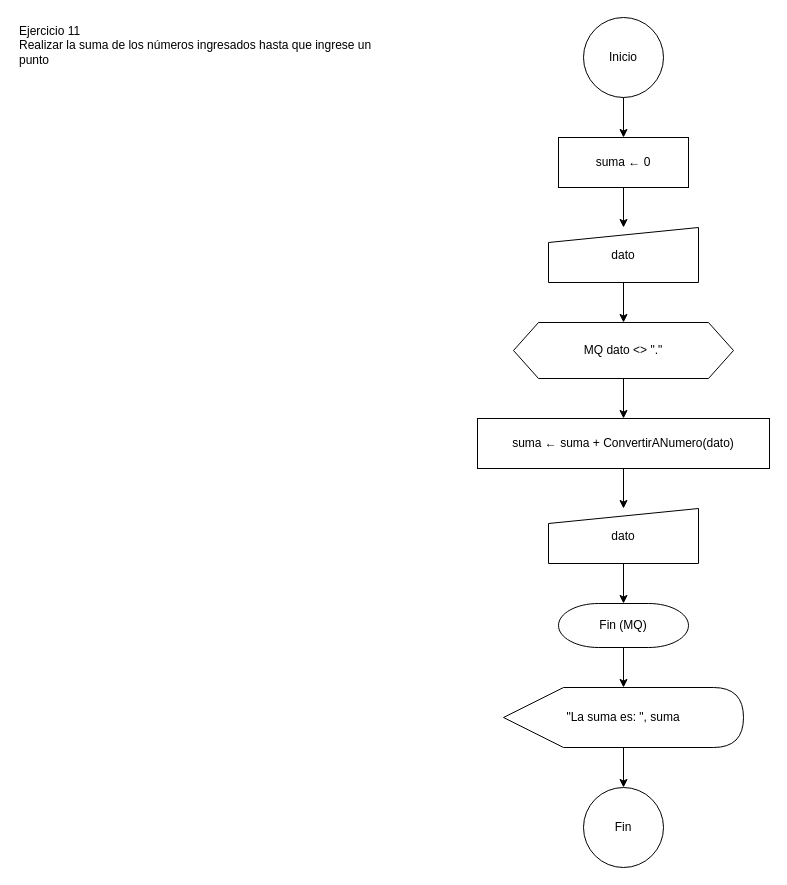
This is DATOS Y ALGORITMOS/Practica/2_Repeticion_Para_Mientras/Ejercicio_11/diagrama.drawio from gonzalogiolitti/facultad-tcd, a draw.io file, before an edit. Source tidied: cells renumbered, new cells numbered last; positions are measured from the earlier drawing's top-left corner, leaving out a move shared by most shapes. Both pictures are drawn from the tidied source at 100%, with x=0, y=0 at pixel (17, 17).
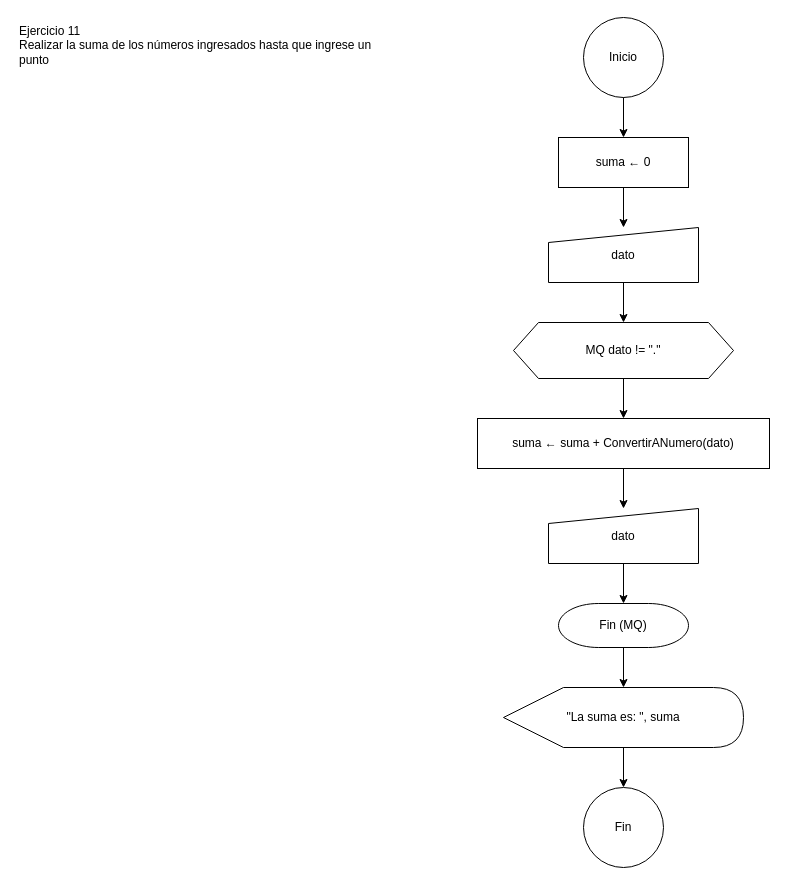
The same page after the edit.

The edit, as a diff of the source:
```diff
@@
 <mxGraphModel>
   <root>
     <mxCell id="0" />
     <mxCell id="1" parent="0" />
     <mxCell id="2" value="Ejercicio 11&lt;br&gt;Realizar la suma de los números ingresados hasta que ingrese un punto" style="text;html=1;strokeColor=none;fillColor=none;align=left;verticalAlign=top;whiteSpace=wrap;" parent="1" vertex="1">
       <mxGeometry width="380" height="78" as="geometry" />
     </mxCell>
     <mxCell id="3" value="Inicio" style="ellipse;whiteSpace=wrap;html=1;" parent="1" vertex="1">
       <mxGeometry x="566" width="80" height="80" as="geometry" />
     </mxCell>
     <mxCell id="4" value="suma ← 0" style="rounded=0;whiteSpace=wrap;html=1;" parent="1" vertex="1">
       <mxGeometry x="541" y="120" width="130" height="50" as="geometry" />
     </mxCell>
     <mxCell id="5" value="dato" style="shape=manualInput;whiteSpace=wrap;html=1;size=15;" parent="1" vertex="1">
       <mxGeometry x="531" y="210" width="150" height="55" as="geometry" />
     </mxCell>
-    <mxCell id="6" value="MQ  dato &lt;&gt; &quot;.&quot;" style="shape=hexagon;perimeter=hexagonPerimeter2;whiteSpace=wrap;html=1;fixedSize=1;size=25;" parent="1" vertex="1">
+    <mxCell id="6" value="MQ  dato != &quot;.&quot;" style="shape=hexagon;perimeter=hexagonPerimeter2;whiteSpace=wrap;html=1;fixedSize=1;size=25;" parent="1" vertex="1">
       <mxGeometry x="496" y="305" width="220" height="56" as="geometry" />
     </mxCell>
     <mxCell id="7" value="suma ← suma + ConvertirANumero(dato)" style="rounded=0;whiteSpace=wrap;html=1;" parent="1" vertex="1">
       <mxGeometry x="460" y="401" width="292" height="50" as="geometry" />
     </mxCell>
     <mxCell id="8" value="dato" style="shape=manualInput;whiteSpace=wrap;html=1;size=15;" parent="1" vertex="1">
       <mxGeometry x="531" y="491" width="150" height="55" as="geometry" />
     </mxCell>
     <mxCell id="9" value="Fin (MQ)" style="shape=mxgraph.flowchart.terminator;whiteSpace=wrap;html=1;" parent="1" vertex="1">
       <mxGeometry x="541" y="586" width="130" height="44" as="geometry" />
     </mxCell>
     <mxCell id="10" value="&quot;La suma es: &quot;, suma" style="shape=display;whiteSpace=wrap;html=1;" parent="1" vertex="1">
       <mxGeometry x="486" y="670" width="240" height="60" as="geometry" />
     </mxCell>
     <mxCell id="11" value="Fin" style="ellipse;whiteSpace=wrap;html=1;" parent="1" vertex="1">
       <mxGeometry x="566" y="770" width="80" height="80" as="geometry" />
     </mxCell>
     <mxCell id="12" style="edgeStyle=orthogonalEdgeStyle;html=1;exitX=0.5;exitY=1;entryX=0.5;entryY=0;" parent="1" edge="1" source="3" target="4">
       <mxGeometry relative="1" as="geometry" />
     </mxCell>
     <mxCell id="13" style="edgeStyle=orthogonalEdgeStyle;html=1;exitX=0.5;exitY=1;entryX=0.5;entryY=0;" parent="1" edge="1" source="4" target="5">
       <mxGeometry relative="1" as="geometry" />
     </mxCell>
     <mxCell id="14" style="edgeStyle=orthogonalEdgeStyle;html=1;exitX=0.5;exitY=1;entryX=0.5;entryY=0;" parent="1" edge="1" source="5" target="6">
       <mxGeometry relative="1" as="geometry" />
     </mxCell>
     <mxCell id="15" style="edgeStyle=orthogonalEdgeStyle;html=1;exitX=0.5;exitY=1;entryX=0.5;entryY=0;" parent="1" edge="1" source="6" target="7">
       <mxGeometry relative="1" as="geometry" />
     </mxCell>
     <mxCell id="16" style="edgeStyle=orthogonalEdgeStyle;html=1;exitX=0.5;exitY=1;entryX=0.5;entryY=0;" parent="1" edge="1" source="7" target="8">
       <mxGeometry relative="1" as="geometry" />
     </mxCell>
     <mxCell id="17" style="edgeStyle=orthogonalEdgeStyle;html=1;exitX=0.5;exitY=1;entryX=0.5;entryY=0;" parent="1" edge="1" source="8" target="9">
       <mxGeometry relative="1" as="geometry" />
     </mxCell>
     <mxCell id="18" style="edgeStyle=orthogonalEdgeStyle;html=1;exitX=0.5;exitY=1;entryX=0.5;entryY=0;" parent="1" edge="1" source="9" target="10">
       <mxGeometry relative="1" as="geometry" />
     </mxCell>
     <mxCell id="19" style="edgeStyle=orthogonalEdgeStyle;html=1;exitX=0.5;exitY=1;entryX=0.5;entryY=0;" parent="1" edge="1" source="10" target="11">
       <mxGeometry relative="1" as="geometry" />
     </mxCell>
   </root>
 </mxGraphModel>
```
